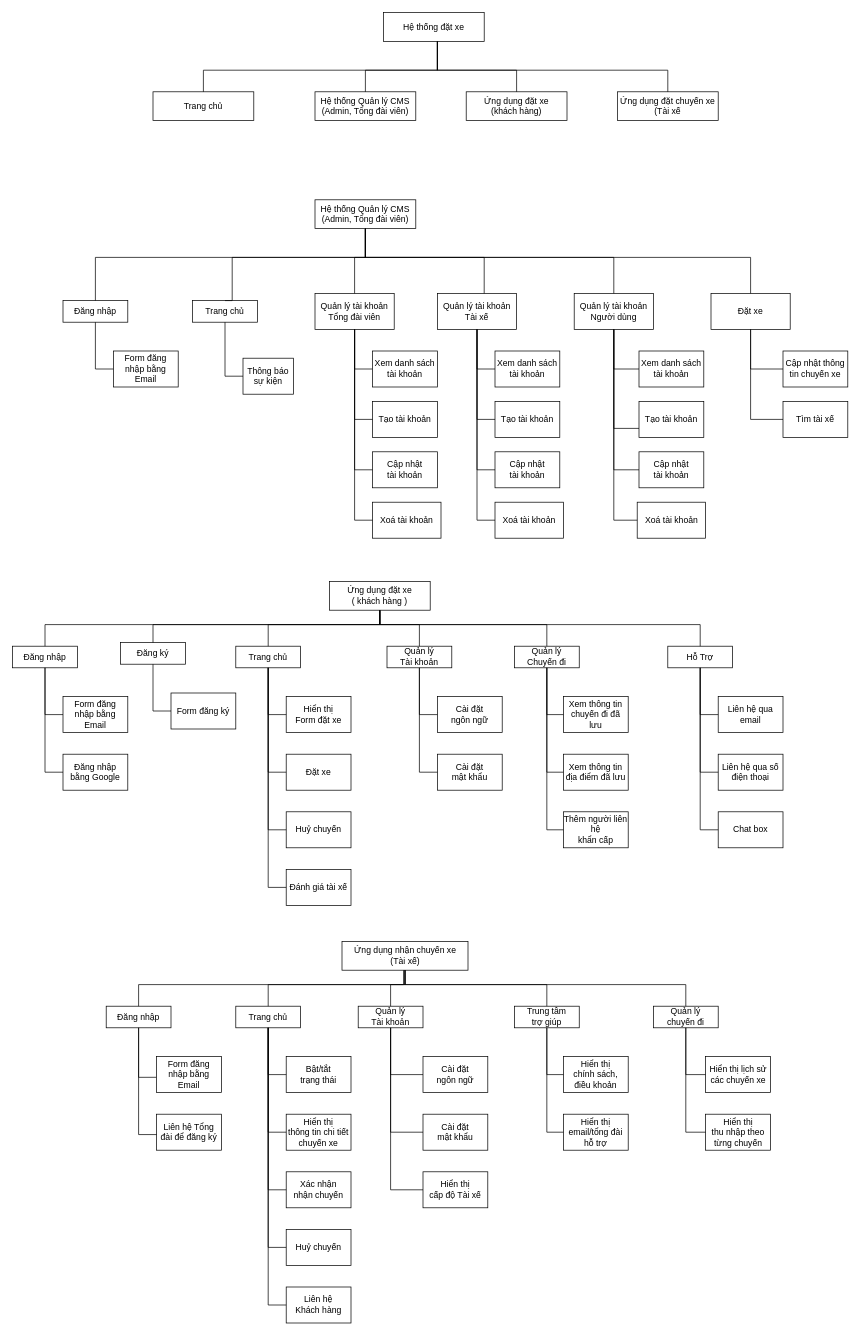
Before: Biểu đồ không có tiêu đề.drawio in andytino/Documents-Database, a draw.io diagram. Source tidied: cells renumbered, new cells numbered last; positions are measured from the earlier drawing's top-left corner, leaving out a move shared by most shapes. Both pictures are drawn from the tidied source at 72%, with x=0, y=0 at pixel (12, 12).
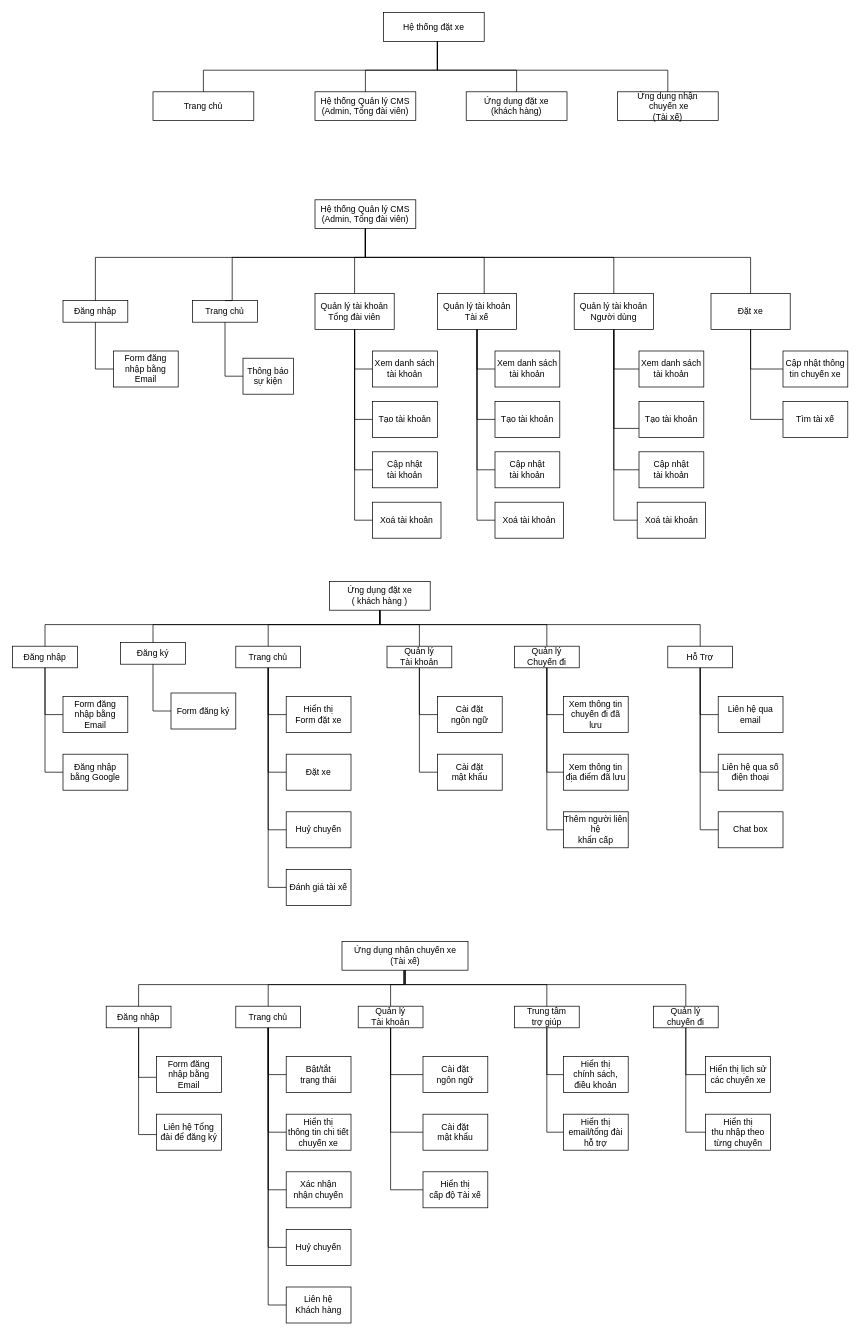
Above is the later version.

Commit message (it also covers changes not shown here):
Cập nhật Biểu đồ không có tiêu đề.drawio

The change refers to these unchanged cells:
```xml
<mxCell id="133" style="group;" parent="1" vertex="1">
  <mxGeometry x="195" width="785" height="150" as="geometry" />
</mxCell>
```

What changed in the source:
```diff
@@
-    <mxCell id="139" value="Ứng dụng đặt chuyến xe&lt;br&gt;(Tài xế" style="rounded=0;whiteSpace=wrap;html=1;" parent="133" vertex="1">
+    <mxCell id="139" value="Ứng dụng nhận&lt;br&gt;&amp;nbsp;chuyến xe&lt;br&gt;(Tài xế)" style="rounded=0;whiteSpace=wrap;html=1;" parent="133" vertex="1">
       <mxGeometry x="645" y="110" width="140" height="40" as="geometry" />
     </mxCell>
```
